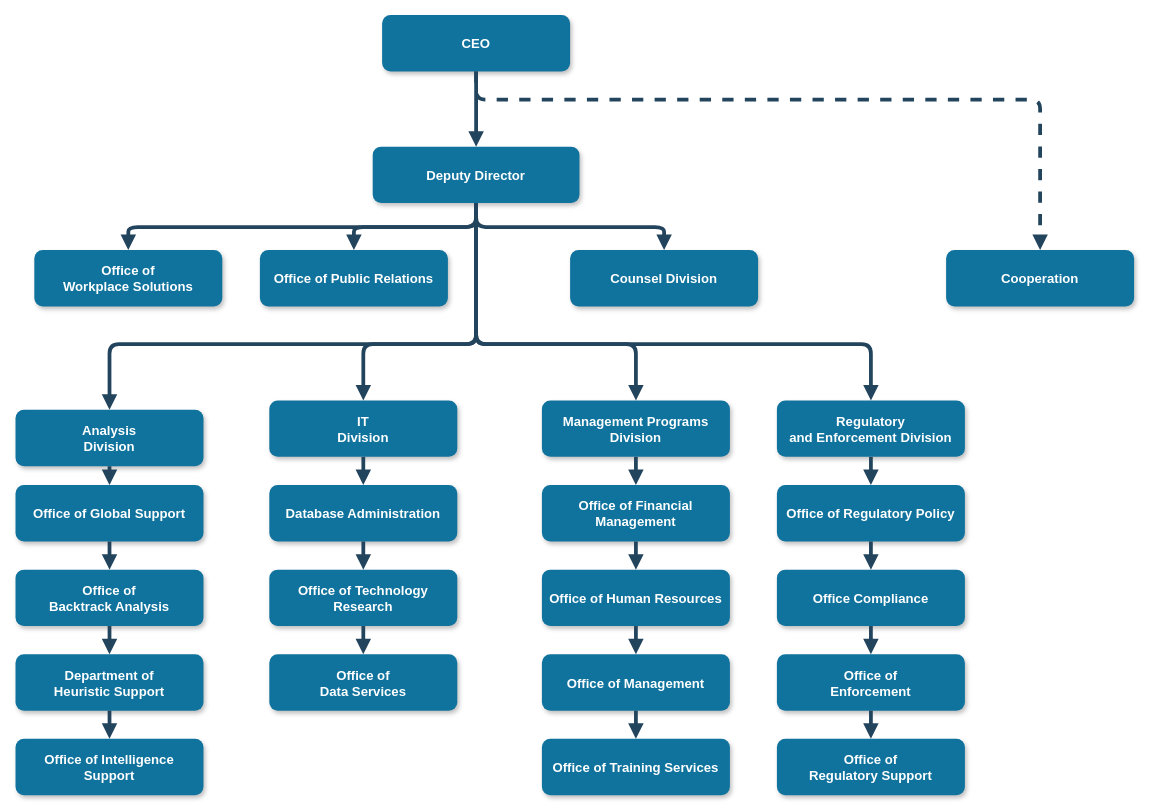
Earlier version of the draw.io diagram Diagrama sin título.drawio (YOviedo-2402/hello-git). Source tidied: cells renumbered, new cells numbered last; positions are measured from the earlier drawing's top-left corner, leaving out a move shared by most shapes. Both pictures are drawn from the tidied source at 94%, with x=0, y=0 at pixel (15, 15).
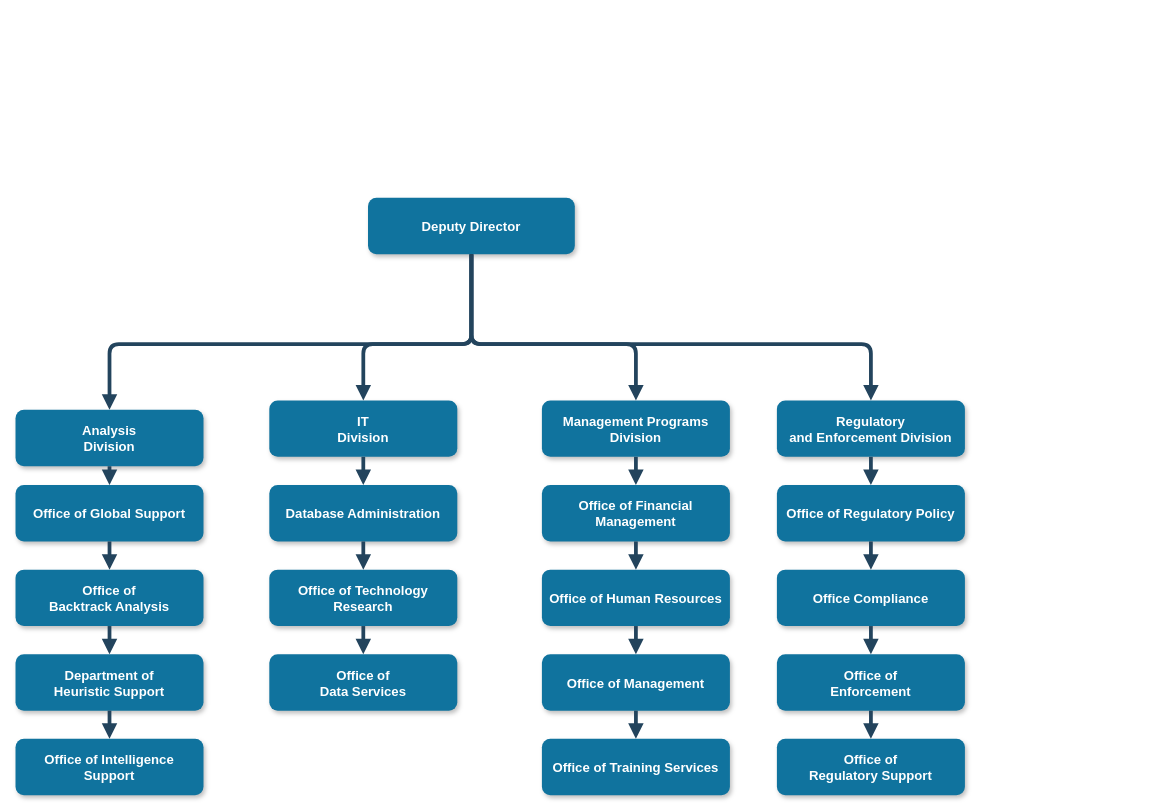
The same diagram, later.

The edit, as a diff of the source:
```diff
@@
-    <mxCell id="2" value="CEO" style="rounded=1;fillColor=#10739E;strokeColor=none;shadow=1;gradientColor=none;fontStyle=1;fontColor=#FFFFFF;fontSize=14;" parent="1" vertex="1">
-      <mxGeometry x="390" y="-0.5" width="200" height="60" as="geometry" />
-    </mxCell>
     <mxCell id="3" value="Deputy Director" style="rounded=1;fillColor=#10739E;strokeColor=none;shadow=1;gradientColor=none;fontStyle=1;fontColor=#FFFFFF;fontSize=14;" parent="1" vertex="1">
-      <mxGeometry x="380" y="139.5" width="220" height="60" as="geometry" />
+      <mxGeometry x="375" y="194" width="220" height="60" as="geometry" />
     </mxCell>
-    <mxCell id="4" value="Office of &#10;Workplace Solutions" style="rounded=1;fillColor=#10739E;strokeColor=none;shadow=1;gradientColor=none;fontStyle=1;fontColor=#FFFFFF;fontSize=14;" parent="1" vertex="1">
-      <mxGeometry x="20" y="249.5" width="200" height="60" as="geometry" />
-    </mxCell>
-    <mxCell id="5" value="Office of Public Relations" style="rounded=1;fillColor=#10739E;strokeColor=none;shadow=1;gradientColor=none;fontStyle=1;fontColor=#FFFFFF;fontSize=14;" parent="1" vertex="1">
-      <mxGeometry x="260" y="249.5" width="200" height="60" as="geometry" />
-    </mxCell>
-    <mxCell id="6" value="Counsel Division" style="rounded=1;fillColor=#10739E;strokeColor=none;shadow=1;gradientColor=none;fontStyle=1;fontColor=#FFFFFF;fontSize=14;" parent="1" vertex="1">
-      <mxGeometry x="590" y="249.5" width="200" height="60" as="geometry" />
-    </mxCell>
-    <mxCell id="7" value="Cooperation" style="rounded=1;fillColor=#10739E;strokeColor=none;shadow=1;gradientColor=none;fontStyle=1;fontColor=#FFFFFF;fontSize=14;" parent="1" vertex="1">
-      <mxGeometry x="990" y="249.5" width="200" height="60" as="geometry" />
-    </mxCell>
@@
-    <mxCell id="27" style="edgeStyle=elbowEdgeStyle;elbow=vertical;strokeWidth=4;endArrow=block;endFill=1;fontStyle=1;strokeColor=#23445D;" parent="1" edge="1" source="2" target="3">
-      <mxGeometry x="22" y="165.5" as="geometry" />
-    </mxCell>
-    <mxCell id="28" style="edgeStyle=elbowEdgeStyle;elbow=vertical;strokeWidth=4;endArrow=block;endFill=1;fontStyle=1;strokeColor=#23445D;" parent="1" edge="1" source="3" target="5">
-      <mxGeometry x="22" y="165.5" as="geometry" />
-    </mxCell>
-    <mxCell id="29" style="edgeStyle=elbowEdgeStyle;elbow=vertical;strokeWidth=4;endArrow=block;endFill=1;fontStyle=1;strokeColor=#23445D;" parent="1" edge="1" source="3" target="4">
-      <mxGeometry x="22" y="165.5" as="geometry" />
-    </mxCell>
-    <mxCell id="30" style="edgeStyle=elbowEdgeStyle;elbow=vertical;strokeWidth=4;endArrow=block;endFill=1;fontStyle=1;strokeColor=#23445D;" parent="1" edge="1" source="3" target="6">
-      <mxGeometry x="22" y="165.5" as="geometry" />
-    </mxCell>
-    <mxCell id="31" style="edgeStyle=elbowEdgeStyle;elbow=vertical;strokeWidth=4;endArrow=block;endFill=1;fontStyle=1;dashed=1;strokeColor=#23445D;" parent="1" edge="1" source="2" target="7">
-      <mxGeometry x="22" y="165.5" as="geometry">
-        <Array as="points">
-          <mxPoint x="780" y="89.5" />
-        </Array>
-      </mxGeometry>
-    </mxCell>
```
